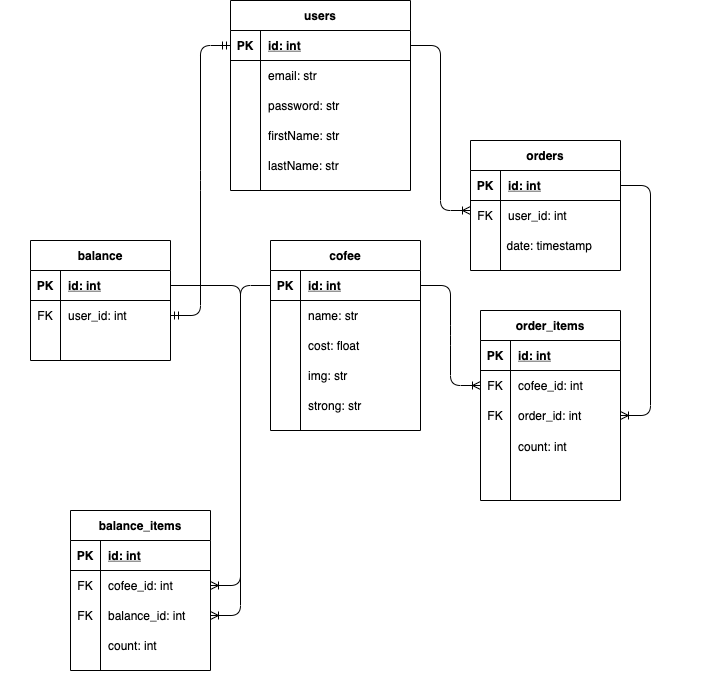
Earlier version of the draw.io export Coffee_project.png (FenikL/CoffeeApp). Source tidied: cells renumbered, new cells last; positions are measured from the earlier drawing's top-left corner, leaving out a move shared by most shapes.
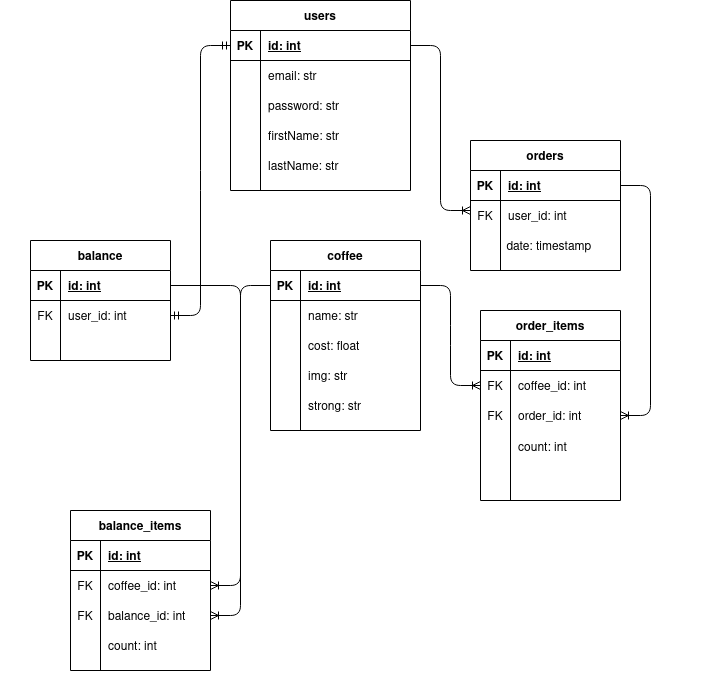
Above is the later version.

What changed in the source:
```diff
@@ -68,7 +68,7 @@
     <mxCell id="23" value="user_id: int" style="shape=partialRectangle;fillColor=none;top=0;left=0;bottom=0;right=0;align=left;spacingLeft=6;overflow=hidden;" parent="21" vertex="1">
       <mxGeometry x="30" width="120" height="30" as="geometry" />
     </mxCell>
-    <mxCell id="24" value="cofee" style="shape=table;startSize=30;rowLines=0;fontStyle=1;align=center;" parent="1" vertex="1">
+    <mxCell id="24" value="coffee" style="shape=table;startSize=30;rowLines=0;fontStyle=1;align=center;" parent="1" vertex="1">
       <mxGeometry x="270" y="240" width="150" height="190" as="geometry" />
     </mxCell>
     <mxCell id="25" style="shape=partialRectangle;fillColor=none;top=0;left=0;bottom=1;right=0;points=[[0,0.5],[1,0.5]];portConstraint=eastwest;" parent="24" vertex="1">
@@ -125,7 +125,7 @@
     <mxCell id="42" value="FK" style="shape=partialRectangle;fillColor=none;top=0;left=0;bottom=0;right=0;overflow=hidden;" parent="41" vertex="1">
       <mxGeometry width="30" height="30" as="geometry" />
     </mxCell>
-    <mxCell id="43" value="cofee_id: int" style="shape=partialRectangle;fillColor=none;top=0;left=0;bottom=0;right=0;align=left;spacingLeft=6;overflow=hidden;" parent="41" vertex="1">
+    <mxCell id="43" value="coffee_id: int" style="shape=partialRectangle;fillColor=none;top=0;left=0;bottom=0;right=0;align=left;spacingLeft=6;overflow=hidden;" parent="41" vertex="1">
       <mxGeometry x="30" width="110" height="30" as="geometry" />
     </mxCell>
     <mxCell id="44" style="shape=partialRectangle;fillColor=none;top=0;left=0;bottom=0;right=0;points=[[0,0.5],[1,0.5]];portConstraint=eastwest;" parent="37" vertex="1">
@@ -209,7 +209,7 @@
     <mxCell id="70" value="FK" style="shape=partialRectangle;fillColor=none;top=0;left=0;bottom=0;right=0;overflow=hidden;" parent="69" vertex="1">
       <mxGeometry width="30" height="30" as="geometry" />
     </mxCell>
-    <mxCell id="71" value="cofee_id: int" style="shape=partialRectangle;fillColor=none;top=0;left=0;bottom=0;right=0;align=left;spacingLeft=6;overflow=hidden;" parent="69" vertex="1">
+    <mxCell id="71" value="coffee_id: int" style="shape=partialRectangle;fillColor=none;top=0;left=0;bottom=0;right=0;align=left;spacingLeft=6;overflow=hidden;" parent="69" vertex="1">
       <mxGeometry x="30" width="110" height="30" as="geometry" />
     </mxCell>
     <mxCell id="72" style="shape=partialRectangle;fillColor=none;top=0;left=0;bottom=0;right=0;overflow=hidden;" parent="1" vertex="1">
```
